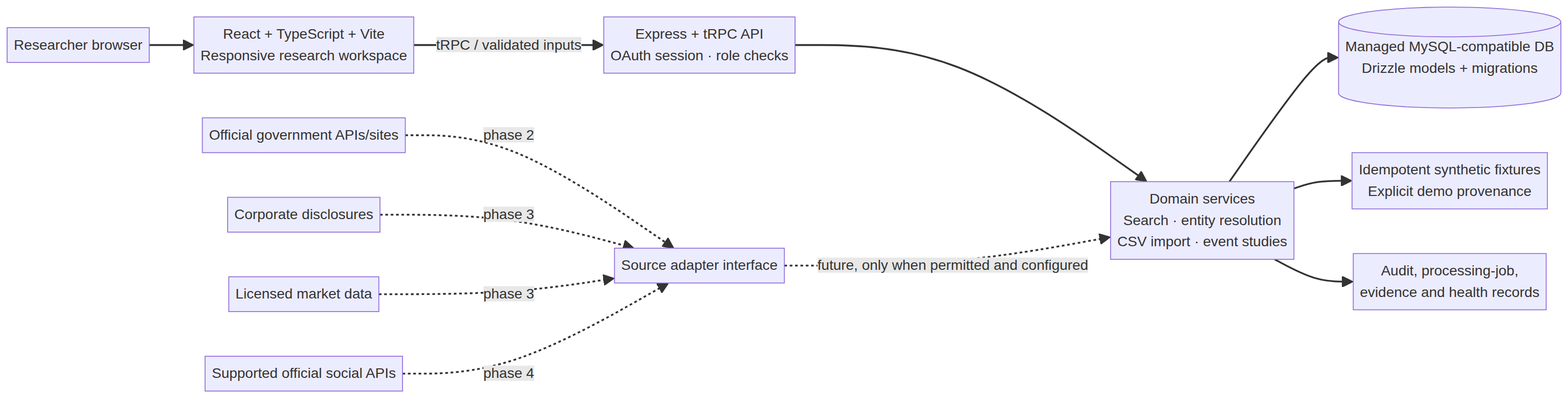
yashkancharwale/govmarket-intelligence keeps this Mermaid diagram as docs/architecture.png. Above is the earlier version. Its source is kept beside it as docs/architecture.mmd.
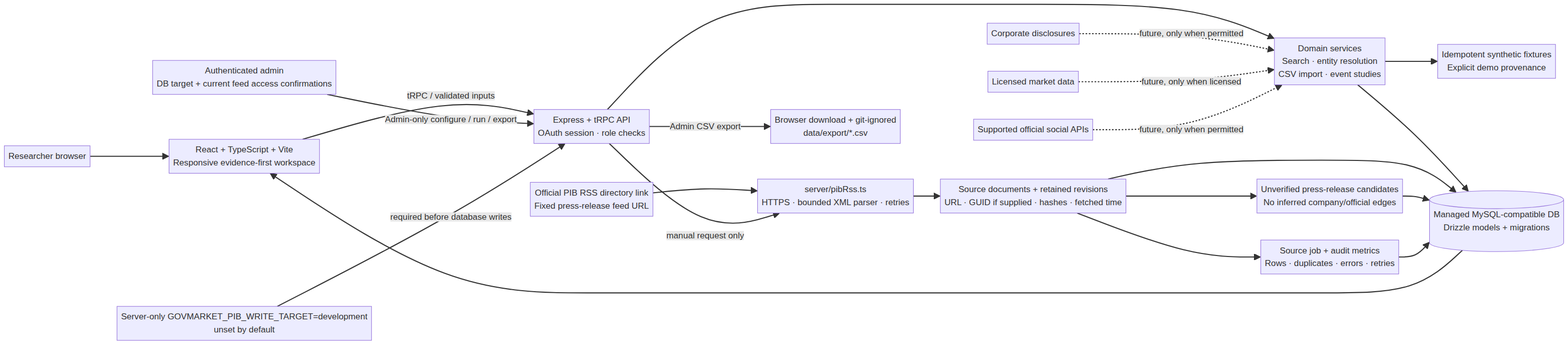
After the change.

Diff of the diagram source:
```diff
@@ -1,12 +1,23 @@
 flowchart LR
-  U[Researcher browser] --> UI[React + TypeScript + Vite<br/>Responsive research workspace]
+  U[Researcher browser] --> UI[React + TypeScript + Vite<br/>Responsive evidence-first workspace]
   UI -->|tRPC / validated inputs| API[Express + tRPC API<br/>OAuth session · role checks]
   API --> SVC[Domain services<br/>Search · entity resolution<br/>CSV import · event studies]
   SVC --> DB[(Managed MySQL-compatible DB<br/>Drizzle models + migrations)]
   SVC --> FX[Idempotent synthetic fixtures<br/>Explicit demo provenance]
-  AD[Source adapter interface] -. future, only when permitted and configured .-> SVC
-  GOV[Official government APIs/sites] -. phase 2 .-> AD
-  CORP[Corporate disclosures] -. phase 3 .-> AD
-  MKT[Licensed market data] -. phase 3 .-> AD
-  SOC[Supported official social APIs] -. phase 4 .-> AD
-  SVC --> AUD[Audit, processing-job,<br/>evidence and health records]
+
+  ADMIN[Authenticated admin<br/>DB target + current feed access confirmations] -->|Admin-only configure / run / export| API
+  FLAG[Server-only GOVMARKET_PIB_WRITE_TARGET=development<br/>unset by default] -->|required before database writes| API
+  PIB[Official PIB RSS directory link<br/>Fixed press-release feed URL] --> AD[server/pibRss.ts<br/>HTTPS · bounded XML parser · retries]
+  API -->|manual request only| AD
+  AD --> DOC[Source documents + retained revisions<br/>URL · GUID if supplied · hashes · fetched time]
+  DOC --> EVT[Unverified press-release candidates<br/>No inferred company/official edges]
+  DOC --> JOB[Source job + audit metrics<br/>Rows · duplicates · errors · retries]
+  DOC --> DB
+  EVT --> DB
+  JOB --> DB
+  API -->|Admin CSV export| CSV[Browser download + git-ignored<br/>data/export/*.csv]
+  DB --> UI
+
+  CORP[Corporate disclosures] -. future, only when permitted .-> SVC
+  MKT[Licensed market data] -. future, only when licensed .-> SVC
+  SOC[Supported official social APIs] -. future, only when permitted .-> SVC
```
